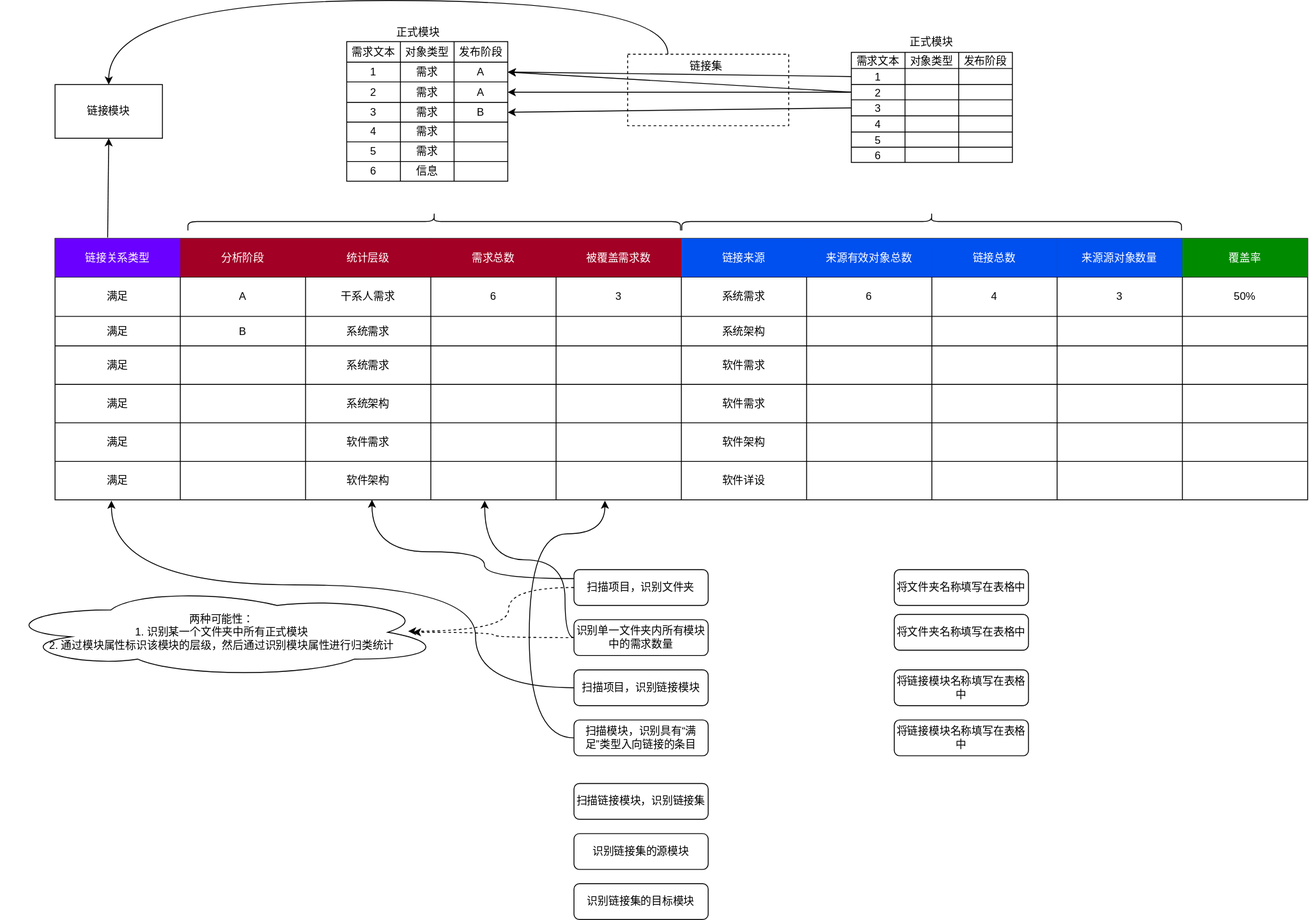
Before: 概念图.drawio.svg, a diagram exported from draw.io (Zeyue/DXL-Coverage). Source tidied: cells renumbered, new cells last; positions are measured from the earlier drawing's top-left corner, leaving out a move shared by most shapes.
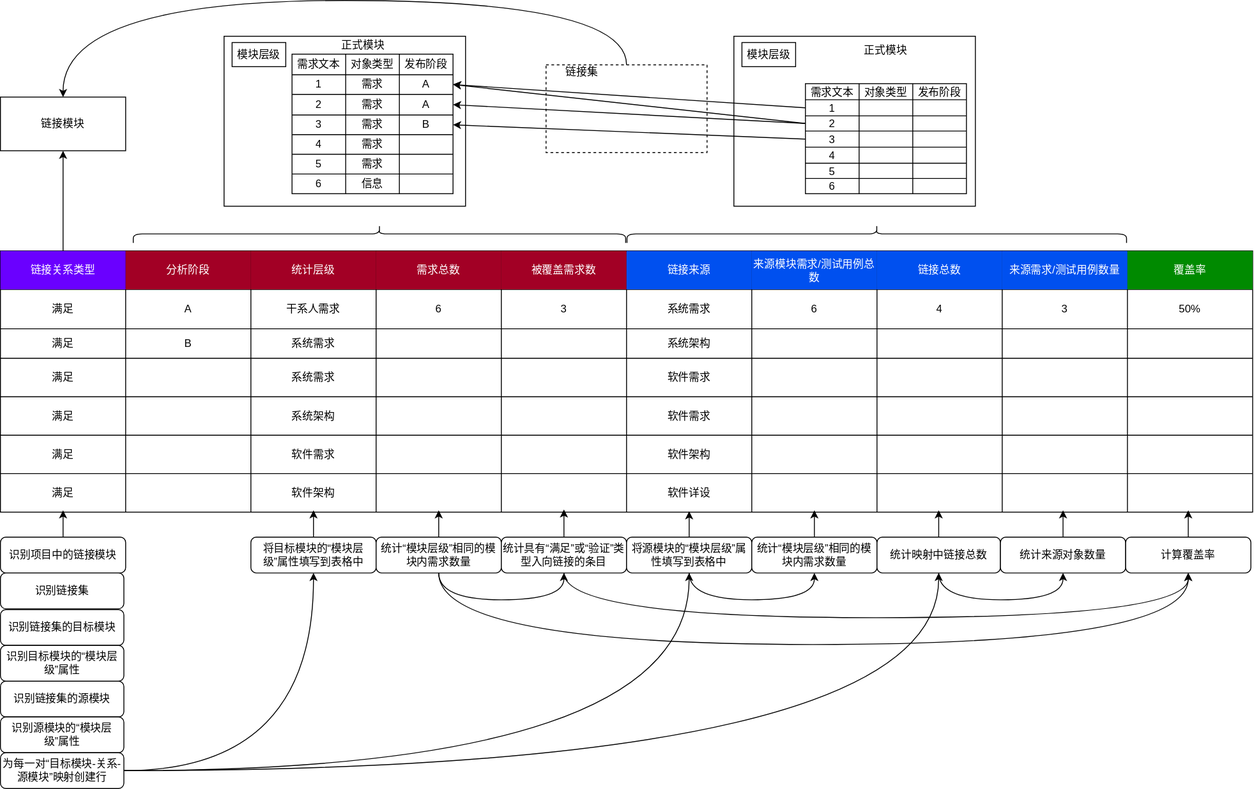
Later version of the same file.

Commit message:
更新概念设计图

Change to the diagram source:
```diff
@@ -2,6 +2,9 @@
   <root>
     <mxCell id="0" />
     <mxCell id="1" parent="0" />
+    <mxCell id="169" style="rounded=0;whiteSpace=wrap;html=1;fillColor=none;" parent="1" vertex="1">
+      <mxGeometry x="881" y="58" width="270" height="190" as="geometry" />
+    </mxCell>
     <mxCell id="2" style="shape=table;html=1;whiteSpace=wrap;startSize=0;" parent="1" vertex="1">
       <mxGeometry x="61" y="298" width="1400" height="292" as="geometry" />
     </mxCell>
@@ -26,13 +29,13 @@
     <mxCell id="9" value="&lt;span&gt;链接来源&lt;/span&gt;" style="shape=partialRectangle;html=1;whiteSpace=wrap;fillColor=#0050ef;top=0;left=0;bottom=0;right=0;overflow=hidden;strokeColor=#001DBC;fontColor=#ffffff;" parent="3" vertex="1">
       <mxGeometry x="700" width="140" height="43" as="geometry" />
     </mxCell>
-    <mxCell id="10" value="来源有效对象总数" style="shape=partialRectangle;html=1;whiteSpace=wrap;fillColor=#0050ef;top=0;left=0;bottom=0;right=0;overflow=hidden;strokeColor=#001DBC;fontColor=#ffffff;" parent="3" vertex="1">
+    <mxCell id="10" value="来源模块需求/测试用例总数" style="shape=partialRectangle;html=1;whiteSpace=wrap;fillColor=#0050ef;top=0;left=0;bottom=0;right=0;overflow=hidden;strokeColor=#001DBC;fontColor=#ffffff;" parent="3" vertex="1">
       <mxGeometry x="840" width="140" height="43" as="geometry" />
     </mxCell>
     <mxCell id="11" value="链接总数" style="shape=partialRectangle;html=1;whiteSpace=wrap;fillColor=#0050ef;top=0;left=0;bottom=0;right=0;overflow=hidden;strokeColor=#001DBC;fontColor=#ffffff;" parent="3" vertex="1">
       <mxGeometry x="980" width="140" height="43" as="geometry" />
     </mxCell>
-    <mxCell id="12" value="来源源对象数量" style="shape=partialRectangle;html=1;whiteSpace=wrap;fillColor=#0050ef;top=0;left=0;bottom=0;right=0;overflow=hidden;strokeColor=#001DBC;fontColor=#ffffff;" parent="3" vertex="1">
+    <mxCell id="12" value="来源需求/测试用例数量" style="shape=partialRectangle;html=1;whiteSpace=wrap;fillColor=#0050ef;top=0;left=0;bottom=0;right=0;overflow=hidden;strokeColor=#001DBC;fontColor=#ffffff;" parent="3" vertex="1">
       <mxGeometry x="1120" width="140" height="43" as="geometry" />
     </mxCell>
     <mxCell id="13" value="覆盖率" style="shape=partialRectangle;html=1;whiteSpace=wrap;fillColor=#008a00;top=0;left=0;bottom=0;right=0;overflow=hidden;fontColor=#ffffff;strokeColor=#005700;" parent="3" vertex="1">
@@ -324,7 +327,7 @@
       <mxGeometry x="120" width="60" height="22" as="geometry" />
     </mxCell>
     <mxCell id="109" style="shape=table;startSize=0;" parent="1" vertex="1">
-      <mxGeometry x="951" y="90" width="180" height="123" as="geometry" />
+      <mxGeometry x="961" y="111" width="180" height="123" as="geometry" />
     </mxCell>
     <mxCell id="110" style="shape=partialRectangle;fillColor=none;top=0;left=0;bottom=0;right=0;" parent="109" vertex="1">
       <mxGeometry width="180" height="18" as="geometry" />
@@ -422,44 +425,30 @@
     <mxCell id="141" style="edgeStyle=none;html=1;exitX=0;exitY=0.5;exitDx=0;exitDy=0;entryX=1;entryY=0.5;entryDx=0;entryDy=0;" parent="1" edge="1" source="122" target="93">
       <mxGeometry relative="1" as="geometry" />
     </mxCell>
-    <mxCell id="142" style="edgeStyle=orthogonalEdgeStyle;curved=1;html=1;exitX=0;exitY=0.5;exitDx=0;exitDy=0;entryX=0.045;entryY=1.022;entryDx=0;entryDy=0;entryPerimeter=0;" parent="1" edge="1" source="143" target="69">
-      <mxGeometry relative="1" as="geometry">
-        <Array as="points">
-          <mxPoint x="531" y="800" />
-          <mxPoint x="531" y="685" />
-          <mxPoint x="124" y="685" />
-        </Array>
-      </mxGeometry>
-    </mxCell>
+    <mxCell id="170" style="edgeStyle=none;html=1;exitX=0.5;exitY=0;exitDx=0;exitDy=0;" parent="1" edge="1" source="143">
+      <mxGeometry relative="1" as="geometry">
+        <mxPoint x="131" y="588" as="targetPoint" />
+      </mxGeometry>
+    </mxCell>
-    <mxCell id="143" value="扫描项目，识别链接模块" style="shape=rect;html=1;rounded=1;whiteSpace=wrap;align=center;" parent="1" vertex="1">
-      <mxGeometry x="641" y="780" width="150" height="40" as="geometry" />
+    <mxCell id="143" value="识别项目中的链接模块" style="shape=rect;html=1;rounded=1;whiteSpace=wrap;align=center;" parent="1" vertex="1">
+      <mxGeometry x="61" y="618" width="140" height="40" as="geometry" />
     </mxCell>
-    <mxCell id="144" value="扫描链接模块，识别链接集" style="shape=rect;html=1;rounded=1;whiteSpace=wrap;align=center;" parent="1" vertex="1">
-      <mxGeometry x="641" y="907" width="150" height="40" as="geometry" />
+    <mxCell id="144" value="识别链接集" style="shape=rect;html=1;rounded=1;whiteSpace=wrap;align=center;" parent="1" vertex="1">
+      <mxGeometry x="61" y="658" width="138" height="40" as="geometry" />
     </mxCell>
     <mxCell id="145" value="识别链接集的源模块" style="shape=rect;html=1;rounded=1;whiteSpace=wrap;align=center;" parent="1" vertex="1">
-      <mxGeometry x="641" y="963" width="150" height="40" as="geometry" />
+      <mxGeometry x="61" y="779" width="138" height="40" as="geometry" />
     </mxCell>
-    <mxCell id="146" style="edgeStyle=orthogonalEdgeStyle;curved=1;html=1;exitX=0;exitY=0.25;exitDx=0;exitDy=0;entryX=0.253;entryY=0.995;entryDx=0;entryDy=0;entryPerimeter=0;" parent="1" edge="1" source="147" target="69">
-      <mxGeometry relative="1" as="geometry">
-        <Array as="points">
-          <mxPoint x="541" y="678" />
-          <mxPoint x="541" y="648" />
-          <mxPoint x="415" y="648" />
-        </Array>
-      </mxGeometry>
-    </mxCell>
+    <mxCell id="171" style="edgeStyle=none;html=1;exitX=0.5;exitY=0;exitDx=0;exitDy=0;" parent="1" edge="1" source="147">
+      <mxGeometry relative="1" as="geometry">
+        <mxPoint x="411" y="588" as="targetPoint" />
+      </mxGeometry>
+    </mxCell>
-    <mxCell id="147" value="扫描项目，识别文件夹" style="shape=rect;html=1;rounded=1;whiteSpace=wrap;align=center;" parent="1" vertex="1">
-      <mxGeometry x="641" y="668" width="150" height="40" as="geometry" />
+    <mxCell id="147" value="将目标模块的“模块层级”属性填写到表格中" style="shape=rect;html=1;rounded=1;whiteSpace=wrap;align=center;" parent="1" vertex="1">
+      <mxGeometry x="341" y="618" width="140" height="40" as="geometry" />
     </mxCell>
-    <mxCell id="148" value="将文件夹名称填写在表格中" style="shape=rect;html=1;rounded=1;whiteSpace=wrap;align=center;" parent="1" vertex="1">
-      <mxGeometry x="999" y="668" width="150" height="40" as="geometry" />
-    </mxCell>
-    <mxCell id="149" value="将链接模块名称填写在表格中" style="shape=rect;html=1;rounded=1;whiteSpace=wrap;align=center;" parent="1" vertex="1">
-      <mxGeometry x="999" y="836" width="150" height="40" as="geometry" />
-    </mxCell>
     <mxCell id="150" value="识别链接集的目标模块" style="shape=rect;html=1;rounded=1;whiteSpace=wrap;align=center;" parent="1" vertex="1">
-      <mxGeometry x="641" y="1019" width="150" height="40" as="geometry" />
+      <mxGeometry x="61" y="699" width="138" height="40" as="geometry" />
     </mxCell>
     <mxCell id="151" style="shape=curlyBracket;whiteSpace=wrap;html=1;rounded=1;flipH=1;rotation=-90;size=0.5;" parent="1" vertex="1">
       <mxGeometry x="474.8" y="3.8" width="20" height="550.5" as="geometry" />
@@ -467,66 +456,152 @@
     <mxCell id="152" style="shape=curlyBracket;whiteSpace=wrap;html=1;rounded=1;flipH=1;rotation=-90;size=0.5;" parent="1" vertex="1">
       <mxGeometry x="1030.8" y="-0.2" width="20" height="558.5" as="geometry" />
     </mxCell>
-    <mxCell id="153" style="edgeStyle=orthogonalEdgeStyle;html=1;exitX=0.25;exitY=0;exitDx=0;exitDy=0;entryX=0.5;entryY=0;entryDx=0;entryDy=0;curved=1;" parent="1" edge="1" source="154" target="155">
+    <mxCell id="153" style="edgeStyle=orthogonalEdgeStyle;curved=1;html=1;exitX=0.5;exitY=0;exitDx=0;exitDy=0;entryX=0.5;entryY=0;entryDx=0;entryDy=0;" parent="1" edge="1" source="154" target="155">
       <mxGeometry relative="1" as="geometry">
         <Array as="points">
-          <mxPoint x="746" y="32" />
-          <mxPoint x="121" y="32" />
+          <mxPoint x="761" y="18" />
+          <mxPoint x="131" y="18" />
         </Array>
       </mxGeometry>
     </mxCell>
     <mxCell id="154" style="rounded=0;whiteSpace=wrap;html=1;dashed=1;fillColor=none;" parent="1" vertex="1">
-      <mxGeometry x="701" y="92" width="180" height="80" as="geometry" />
+      <mxGeometry x="671" y="90" width="180" height="98" as="geometry" />
     </mxCell>
     <mxCell id="155" value="链接模块" style="rounded=0;whiteSpace=wrap;html=1;fillColor=none;" parent="1" vertex="1">
-      <mxGeometry x="61" y="126" width="120" height="60" as="geometry" />
+      <mxGeometry x="61" y="126" width="140" height="60" as="geometry" />
     </mxCell>
     <mxCell id="156" value="链接集" style="text;strokeColor=none;fillColor=none;align=center;verticalAlign=middle;spacingLeft=4;spacingRight=4;overflow=hidden;" parent="1" vertex="1">
-      <mxGeometry x="749" y="90" width="80" height="30" as="geometry" />
+      <mxGeometry x="671" y="82" width="80" height="30" as="geometry" />
     </mxCell>
     <mxCell id="157" value="正式模块" style="text;strokeColor=none;fillColor=none;align=center;verticalAlign=middle;spacingLeft=4;spacingRight=4;overflow=hidden;" parent="1" vertex="1">
       <mxGeometry x="427" y="52" width="80" height="30" as="geometry" />
     </mxCell>
     <mxCell id="158" value="正式模块" style="text;strokeColor=none;fillColor=none;align=center;verticalAlign=middle;spacingLeft=4;spacingRight=4;overflow=hidden;" parent="1" vertex="1">
-      <mxGeometry x="1000.8" y="63" width="80" height="30" as="geometry" />
+      <mxGeometry x="1011" y="58" width="80" height="30" as="geometry" />
     </mxCell>
-    <mxCell id="159" style="endArrow=classic;html=1;curved=1;entryX=0.5;entryY=1;entryDx=0;entryDy=0;exitX=0.042;exitY=-0.027;exitDx=0;exitDy=0;exitPerimeter=0;" parent="1" edge="1" source="3" target="155">
-      <mxGeometry relative="1" as="geometry" />
+    <mxCell id="159" style="endArrow=classic;html=1;curved=1;entryX=0.5;entryY=1;entryDx=0;entryDy=0;" parent="1" edge="1" target="155">
+      <mxGeometry relative="1" as="geometry">
+        <mxPoint x="131" y="298" as="sourcePoint" />
+      </mxGeometry>
     </mxCell>
-    <mxCell id="160" style="edgeStyle=orthogonalEdgeStyle;curved=1;html=1;dashed=1;" parent="1" edge="1" source="162">
-      <mxGeometry relative="1" as="geometry">
-        <mxPoint x="461" y="738" as="targetPoint" />
-      </mxGeometry>
-    </mxCell>
-    <mxCell id="161" style="edgeStyle=orthogonalEdgeStyle;curved=1;html=1;exitX=0;exitY=0.5;exitDx=0;exitDy=0;entryX=0.343;entryY=1.022;entryDx=0;entryDy=0;entryPerimeter=0;" parent="1" edge="1" source="162" target="69">
-      <mxGeometry relative="1" as="geometry" />
-    </mxCell>
+    <mxCell id="172" style="edgeStyle=none;html=1;exitX=0.5;exitY=0;exitDx=0;exitDy=0;" parent="1" edge="1" source="162">
+      <mxGeometry relative="1" as="geometry">
+        <mxPoint x="551" y="588" as="targetPoint" />
+      </mxGeometry>
+    </mxCell>
+    <mxCell id="173" style="edgeStyle=orthogonalEdgeStyle;curved=1;html=1;exitX=0.5;exitY=1;exitDx=0;exitDy=0;entryX=0.5;entryY=1;entryDx=0;entryDy=0;" parent="1" edge="1" source="162" target="168">
+      <mxGeometry relative="1" as="geometry">
+        <Array as="points">
+          <mxPoint x="551" y="688" />
+          <mxPoint x="691" y="688" />
+        </Array>
+      </mxGeometry>
+    </mxCell>
+    <mxCell id="174" style="edgeStyle=orthogonalEdgeStyle;curved=1;html=1;exitX=0.5;exitY=1;exitDx=0;exitDy=0;entryX=0.5;entryY=1;entryDx=0;entryDy=0;" parent="1" edge="1" source="162" target="195">
+      <mxGeometry relative="1" as="geometry">
+        <Array as="points">
+          <mxPoint x="551" y="738" />
+          <mxPoint x="1389" y="738" />
+        </Array>
+      </mxGeometry>
+    </mxCell>
-    <mxCell id="162" value="识别单一文件夹内所有模块中的需求数量" style="shape=rect;html=1;rounded=1;whiteSpace=wrap;align=center;" parent="1" vertex="1">
-      <mxGeometry x="641" y="724" width="150" height="40" as="geometry" />
+    <mxCell id="162" value="统计“模块层级”相同的模块内需求数量" style="shape=rect;html=1;rounded=1;whiteSpace=wrap;align=center;" parent="1" vertex="1">
+      <mxGeometry x="481" y="618" width="140" height="40" as="geometry" />
     </mxCell>
-    <mxCell id="163" value="将链接模块名称填写在表格中" style="shape=rect;html=1;rounded=1;whiteSpace=wrap;align=center;" parent="1" vertex="1">
-      <mxGeometry x="999" y="780" width="150" height="40" as="geometry" />
+    <mxCell id="163" value="识别目标模块的“模块层级”属性" style="shape=rect;html=1;rounded=1;whiteSpace=wrap;align=center;" parent="1" vertex="1">
+      <mxGeometry x="61" y="739" width="138" height="40" as="geometry" />
     </mxCell>
-    <mxCell id="164" value="两种可能性：&lt;br&gt;1. 识别某一个文件夹中所有正式模块&lt;br&gt;2. 通过模块属性标识该模块的层级，然后通过识别模块属性进行归类统计" style="ellipse;shape=cloud;whiteSpace=wrap;html=1;rounded=1;align=center;" parent="1" vertex="1">
-      <mxGeometry x="-0.2" y="688" width="495" height="100" as="geometry" />
-    </mxCell>
-    <mxCell id="165" value="将文件夹名称填写在表格中" style="shape=rect;html=1;rounded=1;whiteSpace=wrap;align=center;" parent="1" vertex="1">
-      <mxGeometry x="999" y="718" width="150" height="40" as="geometry" />
-    </mxCell>
-    <mxCell id="166" style="edgeStyle=orthogonalEdgeStyle;curved=1;html=1;dashed=1;exitX=0;exitY=0.5;exitDx=0;exitDy=0;entryX=0.921;entryY=0.488;entryDx=0;entryDy=0;entryPerimeter=0;" parent="1" edge="1" source="147" target="164">
-      <mxGeometry relative="1" as="geometry" />
-    </mxCell>
-    <mxCell id="167" style="edgeStyle=orthogonalEdgeStyle;curved=1;html=1;exitX=0;exitY=0.5;exitDx=0;exitDy=0;entryX=0.439;entryY=1.022;entryDx=0;entryDy=0;entryPerimeter=0;" parent="1" edge="1" source="168" target="69">
-      <mxGeometry relative="1" as="geometry">
-        <Array as="points">
-          <mxPoint x="591" y="856" />
-          <mxPoint x="591" y="628" />
-          <mxPoint x="676" y="628" />
-        </Array>
-      </mxGeometry>
+    <mxCell id="167" style="edgeStyle=none;html=1;exitX=0.5;exitY=0;exitDx=0;exitDy=0;entryX=0.45;entryY=0.93;entryDx=0;entryDy=0;entryPerimeter=0;" parent="1" edge="1" source="168" target="69">
+      <mxGeometry relative="1" as="geometry" />
     </mxCell>
+    <mxCell id="175" style="edgeStyle=orthogonalEdgeStyle;html=1;exitX=0.5;exitY=1;exitDx=0;exitDy=0;entryX=0.5;entryY=1;entryDx=0;entryDy=0;curved=1;" parent="1" edge="1" source="168" target="195">
+      <mxGeometry relative="1" as="geometry">
+        <Array as="points">
+          <mxPoint x="691" y="708" />
+          <mxPoint x="1389" y="708" />
+        </Array>
+      </mxGeometry>
+    </mxCell>
-    <mxCell id="168" value="扫描模块，识别具有“满足”类型入向链接的条目" style="shape=rect;html=1;rounded=1;whiteSpace=wrap;align=center;" parent="1" vertex="1">
-      <mxGeometry x="641" y="836" width="150" height="40" as="geometry" />
+    <mxCell id="168" value="统计具有“满足”或“验证”类型入向链接的条目" style="shape=rect;html=1;rounded=1;whiteSpace=wrap;align=center;" parent="1" vertex="1">
+      <mxGeometry x="621" y="618" width="140" height="40" as="geometry" />
     </mxCell>
+    <mxCell id="176" value="识别源模块的“模块层级”属性" style="shape=rect;html=1;rounded=1;whiteSpace=wrap;align=center;" parent="1" vertex="1">
+      <mxGeometry x="61" y="819" width="138" height="40" as="geometry" />
+    </mxCell>
+    <mxCell id="177" style="rounded=0;whiteSpace=wrap;html=1;fillColor=none;" parent="1" vertex="1">
+      <mxGeometry x="311" y="58" width="270" height="190" as="geometry" />
+    </mxCell>
+    <mxCell id="178" value="模块层级" style="rounded=0;whiteSpace=wrap;html=1;fillColor=none;" parent="1" vertex="1">
+      <mxGeometry x="320" y="65" width="60" height="27" as="geometry" />
+    </mxCell>
+    <mxCell id="179" value="模块层级" style="rounded=0;whiteSpace=wrap;html=1;fillColor=none;" parent="1" vertex="1">
+      <mxGeometry x="890" y="65" width="60" height="27" as="geometry" />
+    </mxCell>
+    <mxCell id="180" style="edgeStyle=orthogonalEdgeStyle;curved=1;html=1;exitX=1;exitY=0.5;exitDx=0;exitDy=0;" parent="1" edge="1" source="183" target="147">
+      <mxGeometry relative="1" as="geometry" />
+    </mxCell>
+    <mxCell id="181" style="edgeStyle=orthogonalEdgeStyle;curved=1;html=1;exitX=1;exitY=0.5;exitDx=0;exitDy=0;entryX=0.5;entryY=1;entryDx=0;entryDy=0;" parent="1" edge="1" source="183" target="186">
+      <mxGeometry relative="1" as="geometry" />
+    </mxCell>
+    <mxCell id="182" style="edgeStyle=orthogonalEdgeStyle;curved=1;html=1;exitX=1;exitY=0.5;exitDx=0;exitDy=0;entryX=0.5;entryY=1;entryDx=0;entryDy=0;" parent="1" edge="1" source="183" target="191">
+      <mxGeometry relative="1" as="geometry" />
+    </mxCell>
+    <mxCell id="183" value="为每一对“目标模块-关系-源模块”映射创建行" style="shape=rect;html=1;rounded=1;whiteSpace=wrap;align=center;" parent="1" vertex="1">
+      <mxGeometry x="61" y="859" width="138" height="40" as="geometry" />
+    </mxCell>
+    <mxCell id="184" style="edgeStyle=orthogonalEdgeStyle;curved=1;html=1;exitX=0.5;exitY=0;exitDx=0;exitDy=0;entryX=0.55;entryY=0.977;entryDx=0;entryDy=0;entryPerimeter=0;" parent="1" edge="1" source="186" target="69">
+      <mxGeometry relative="1" as="geometry" />
+    </mxCell>
+    <mxCell id="185" style="edgeStyle=orthogonalEdgeStyle;curved=1;html=1;exitX=0.5;exitY=1;exitDx=0;exitDy=0;entryX=0.5;entryY=1;entryDx=0;entryDy=0;" parent="1" edge="1" source="186" target="188">
+      <mxGeometry relative="1" as="geometry">
+        <Array as="points">
+          <mxPoint x="831" y="688" />
+          <mxPoint x="971" y="688" />
+        </Array>
+      </mxGeometry>
+    </mxCell>
+    <mxCell id="186" value="将源模块的“模块层级”属性填写到表格中" style="shape=rect;html=1;rounded=1;whiteSpace=wrap;align=center;" parent="1" vertex="1">
+      <mxGeometry x="761" y="618" width="140" height="40" as="geometry" />
+    </mxCell>
+    <mxCell id="187" style="html=1;exitX=0.5;exitY=0;exitDx=0;exitDy=0;" parent="1" edge="1" source="188">
+      <mxGeometry relative="1" as="geometry">
+        <mxPoint x="971" y="588" as="targetPoint" />
+      </mxGeometry>
+    </mxCell>
+    <mxCell id="188" value="统计“模块层级”相同的模块内需求数量" style="shape=rect;html=1;rounded=1;whiteSpace=wrap;align=center;" parent="1" vertex="1">
+      <mxGeometry x="901" y="618" width="140" height="40" as="geometry" />
+    </mxCell>
+    <mxCell id="189" style="html=1;exitX=0.5;exitY=0;exitDx=0;exitDy=0;" parent="1" edge="1" source="191">
+      <mxGeometry relative="1" as="geometry">
+        <mxPoint x="1110" y="588" as="targetPoint" />
+      </mxGeometry>
+    </mxCell>
+    <mxCell id="190" style="edgeStyle=orthogonalEdgeStyle;curved=1;html=1;exitX=0.5;exitY=1;exitDx=0;exitDy=0;entryX=0.5;entryY=1;entryDx=0;entryDy=0;" parent="1" edge="1" source="191" target="193">
+      <mxGeometry relative="1" as="geometry">
+        <Array as="points">
+          <mxPoint x="1110" y="688" />
+          <mxPoint x="1249" y="688" />
+        </Array>
+      </mxGeometry>
+    </mxCell>
+    <mxCell id="191" value="统计映射中链接总数" style="shape=rect;html=1;rounded=1;whiteSpace=wrap;align=center;" parent="1" vertex="1">
+      <mxGeometry x="1041" y="618" width="138" height="40" as="geometry" />
+    </mxCell>
+    <mxCell id="192" style="html=1;exitX=0.5;exitY=0;exitDx=0;exitDy=0;" parent="1" edge="1" source="193">
+      <mxGeometry relative="1" as="geometry">
+        <mxPoint x="1249" y="588" as="targetPoint" />
+      </mxGeometry>
+    </mxCell>
+    <mxCell id="193" value="统计来源对象数量" style="shape=rect;html=1;rounded=1;whiteSpace=wrap;align=center;" parent="1" vertex="1">
+      <mxGeometry x="1179" y="618" width="140" height="40" as="geometry" />
+    </mxCell>
+    <mxCell id="194" style="edgeStyle=none;html=1;exitX=0.5;exitY=0;exitDx=0;exitDy=0;" parent="1" edge="1" source="195">
+      <mxGeometry relative="1" as="geometry">
+        <mxPoint x="1389" y="588" as="targetPoint" />
+      </mxGeometry>
+    </mxCell>
+    <mxCell id="195" value="计算覆盖率" style="shape=rect;html=1;rounded=1;whiteSpace=wrap;align=center;" parent="1" vertex="1">
+      <mxGeometry x="1319" y="618" width="140" height="40" as="geometry" />
+    </mxCell>
   </root>
 </mxGraphModel>
```
